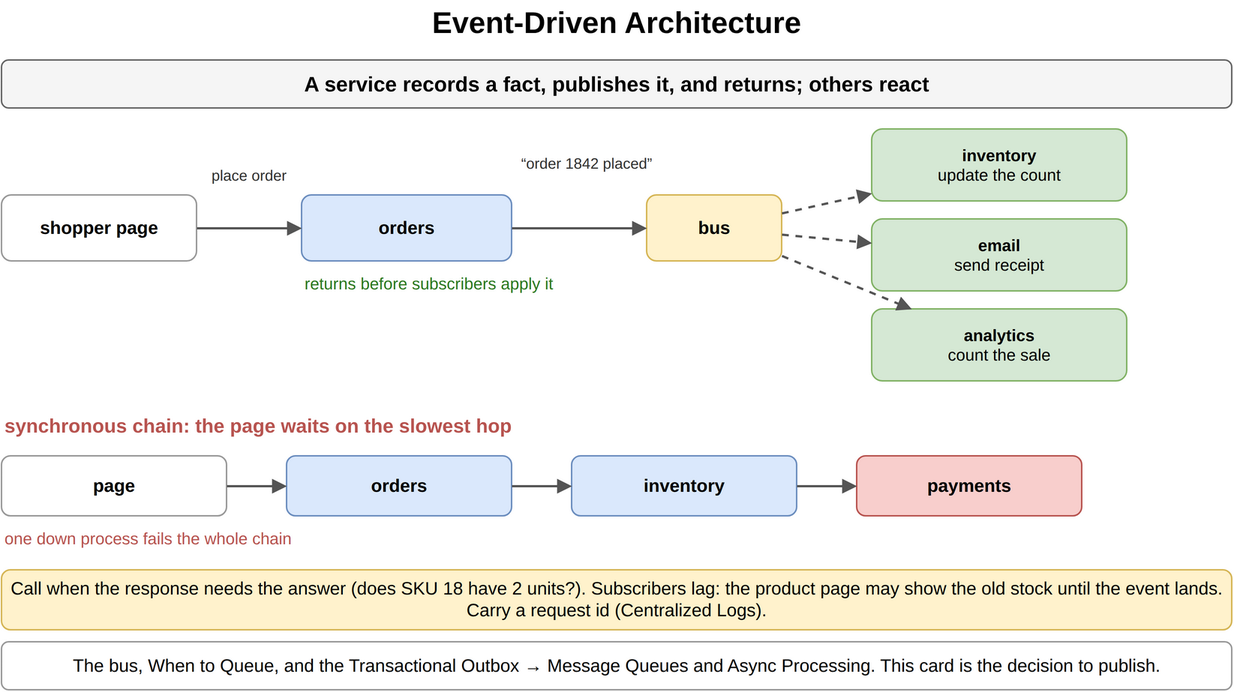
Earlier version of the draw.io export content/09_System_Design_Interview/12_Microservices_and_System_Decomposition/diagrams/microservices-6-event-driven-architecture.png (amendez13/swe-study-guide). Source tidied: cells renumbered, new cells last; positions are measured from the earlier drawing's top-left corner, leaving out a move shared by most shapes. Source of this version:
```xml
<mxGraphModel>
  <root>
    <mxCell id="0" />
    <mxCell id="1" parent="0" />
    <mxCell id="2" value="Event-Driven Architecture" style="text;html=1;align=center;verticalAlign=middle;whiteSpace=wrap;fontSize=20;fontStyle=1;" parent="1" vertex="1">
      <mxGeometry width="820" height="30" as="geometry" />
    </mxCell>
    <mxCell id="3" value="A service records a fact, publishes it, and returns; others react" style="rounded=1;whiteSpace=wrap;html=1;fillColor=#f5f5f5;strokeColor=#666666;fontStyle=1;fontSize=14;" parent="1" vertex="1">
      <mxGeometry y="40" width="820" height="32" as="geometry" />
    </mxCell>
    <mxCell id="4" value="shopper page" style="rounded=1;whiteSpace=wrap;html=1;fillColor=#ffffff;strokeColor=#999999;fontSize=12;align=center;fontStyle=1;" parent="1" vertex="1">
      <mxGeometry y="130" width="130" height="44" as="geometry" />
    </mxCell>
    <mxCell id="5" value="orders" style="rounded=1;whiteSpace=wrap;html=1;fillColor=#dae8fc;strokeColor=#6c8ebf;fontSize=12;align=center;fontStyle=1;" parent="1" vertex="1">
      <mxGeometry x="200" y="130" width="140" height="44" as="geometry" />
    </mxCell>
    <mxCell id="6" value="bus" style="rounded=1;whiteSpace=wrap;html=1;fillColor=#fff2cc;strokeColor=#d6b656;fontSize=12;align=center;fontStyle=1;" parent="1" vertex="1">
      <mxGeometry x="430" y="130" width="90" height="44" as="geometry" />
    </mxCell>
    <mxCell id="7" style="endArrow=block;endSize=6;html=1;strokeWidth=1.5;strokeColor=#555555;fontSize=11;labelBackgroundColor=#ffffff;" parent="1" edge="1" source="4" target="5">
      <mxGeometry relative="1" as="geometry" />
    </mxCell>
    <mxCell id="8" style="endArrow=block;endSize=6;html=1;strokeWidth=1.5;strokeColor=#555555;fontSize=11;labelBackgroundColor=#ffffff;" parent="1" edge="1" source="5" target="6">
      <mxGeometry relative="1" as="geometry" />
    </mxCell>
    <mxCell id="9" value="place order" style="text;html=1;whiteSpace=wrap;fontSize=11;align=center;verticalAlign=middle;fontSize=10;fontColor=#333333;" parent="1" vertex="1">
      <mxGeometry x="130" y="108" width="70" height="18" as="geometry" />
    </mxCell>
    <mxCell id="10" value="“order 1842 placed”" style="text;html=1;whiteSpace=wrap;fontSize=11;align=center;verticalAlign=middle;fontSize=10;fontColor=#333333;" parent="1" vertex="1">
      <mxGeometry x="330" y="94" width="120" height="30" as="geometry" />
    </mxCell>
    <mxCell id="11" value="inventory&lt;br&gt;&lt;span style='font-weight:normal'&gt;update the count&lt;/span&gt;" style="rounded=1;whiteSpace=wrap;html=1;fillColor=#d5e8d4;strokeColor=#82b366;fontSize=11;align=center;fontStyle=1;" parent="1" vertex="1">
      <mxGeometry x="580" y="86" width="170" height="48" as="geometry" />
    </mxCell>
    <mxCell id="12" style="endArrow=block;endSize=6;html=1;strokeWidth=1.5;strokeColor=#555555;fontSize=11;labelBackgroundColor=#ffffff;dashed=1;" parent="1" edge="1" source="6" target="11">
      <mxGeometry relative="1" as="geometry" />
    </mxCell>
    <mxCell id="13" value="email&lt;br&gt;&lt;span style='font-weight:normal'&gt;send receipt&lt;/span&gt;" style="rounded=1;whiteSpace=wrap;html=1;fillColor=#d5e8d4;strokeColor=#82b366;fontSize=11;align=center;fontStyle=1;" parent="1" vertex="1">
      <mxGeometry x="580" y="146" width="170" height="48" as="geometry" />
    </mxCell>
    <mxCell id="14" style="endArrow=block;endSize=6;html=1;strokeWidth=1.5;strokeColor=#555555;fontSize=11;labelBackgroundColor=#ffffff;dashed=1;" parent="1" edge="1" source="6" target="13">
      <mxGeometry relative="1" as="geometry" />
    </mxCell>
    <mxCell id="15" value="analytics&lt;br&gt;&lt;span style='font-weight:normal'&gt;count the sale&lt;/span&gt;" style="rounded=1;whiteSpace=wrap;html=1;fillColor=#d5e8d4;strokeColor=#82b366;fontSize=11;align=center;fontStyle=1;" parent="1" vertex="1">
      <mxGeometry x="580" y="206" width="170" height="48" as="geometry" />
    </mxCell>
    <mxCell id="16" style="endArrow=block;endSize=6;html=1;strokeWidth=1.5;strokeColor=#555555;fontSize=11;labelBackgroundColor=#ffffff;dashed=1;" parent="1" edge="1" source="6" target="15">
      <mxGeometry relative="1" as="geometry" />
    </mxCell>
    <mxCell id="17" value="returns before subscribers apply it" style="text;html=1;whiteSpace=wrap;fontSize=11;align=left;verticalAlign=middle;fontSize=11;fontColor=#2d7a1f;" parent="1" vertex="1">
      <mxGeometry x="200" y="180" width="300" height="18" as="geometry" />
    </mxCell>
    <mxCell id="18" value="synchronous chain: the page waits on the slowest hop" style="text;html=1;whiteSpace=wrap;fontSize=11;align=left;verticalAlign=middle;fontSize=13;fontColor=#b85450;fontStyle=1;" parent="1" vertex="1">
      <mxGeometry y="274" width="600" height="20" as="geometry" />
    </mxCell>
    <mxCell id="19" value="page" style="rounded=1;whiteSpace=wrap;html=1;fillColor=#ffffff;strokeColor=#999999;fontSize=12;align=center;fontStyle=1;" parent="1" vertex="1">
      <mxGeometry y="304" width="150" height="40" as="geometry" />
    </mxCell>
    <mxCell id="20" value="orders" style="rounded=1;whiteSpace=wrap;html=1;fillColor=#dae8fc;strokeColor=#6c8ebf;fontSize=12;align=center;fontStyle=1;" parent="1" vertex="1">
      <mxGeometry x="190" y="304" width="150" height="40" as="geometry" />
    </mxCell>
    <mxCell id="21" value="inventory" style="rounded=1;whiteSpace=wrap;html=1;fillColor=#dae8fc;strokeColor=#6c8ebf;fontSize=12;align=center;fontStyle=1;" parent="1" vertex="1">
      <mxGeometry x="380" y="304" width="150" height="40" as="geometry" />
    </mxCell>
    <mxCell id="22" value="payments" style="rounded=1;whiteSpace=wrap;html=1;fillColor=#f8cecc;strokeColor=#b85450;fontSize=12;align=center;fontStyle=1;" parent="1" vertex="1">
      <mxGeometry x="570" y="304" width="150" height="40" as="geometry" />
    </mxCell>
    <mxCell id="23" style="endArrow=block;endSize=6;html=1;strokeWidth=1.5;strokeColor=#555555;fontSize=11;labelBackgroundColor=#ffffff;" parent="1" edge="1" source="19" target="20">
      <mxGeometry relative="1" as="geometry" />
    </mxCell>
    <mxCell id="24" style="endArrow=block;endSize=6;html=1;strokeWidth=1.5;strokeColor=#555555;fontSize=11;labelBackgroundColor=#ffffff;" parent="1" edge="1" source="20" target="21">
      <mxGeometry relative="1" as="geometry" />
    </mxCell>
    <mxCell id="25" style="endArrow=block;endSize=6;html=1;strokeWidth=1.5;strokeColor=#555555;fontSize=11;labelBackgroundColor=#ffffff;" parent="1" edge="1" source="21" target="22">
      <mxGeometry relative="1" as="geometry" />
    </mxCell>
    <mxCell id="26" value="one down process fails the whole chain" style="text;html=1;whiteSpace=wrap;fontSize=11;align=left;verticalAlign=middle;fontSize=11;fontColor=#b85450;" parent="1" vertex="1">
      <mxGeometry y="350" width="600" height="18" as="geometry" />
    </mxCell>
    <mxCell id="27" value="Call when the response needs the answer (does SKU 18 have 2 units?). Subscribers lag: the product page may show the old stock until the event lands. Carry a request id (Centralized Logs)." style="rounded=1;whiteSpace=wrap;html=1;fillColor=#fff2cc;strokeColor=#d6b656;fontSize=12;align=center;" parent="1" vertex="1">
      <mxGeometry y="380" width="820" height="40" as="geometry" />
    </mxCell>
    <mxCell id="28" value="The bus, When to Queue, and the Transactional Outbox → Message Queues and Async Processing. This card is the decision to publish." style="rounded=1;whiteSpace=wrap;html=1;fillColor=#ffffff;strokeColor=#999999;fontSize=12;align=center;" parent="1" vertex="1">
      <mxGeometry y="428" width="820" height="32" as="geometry" />
    </mxCell>
  </root>
</mxGraphModel>
```
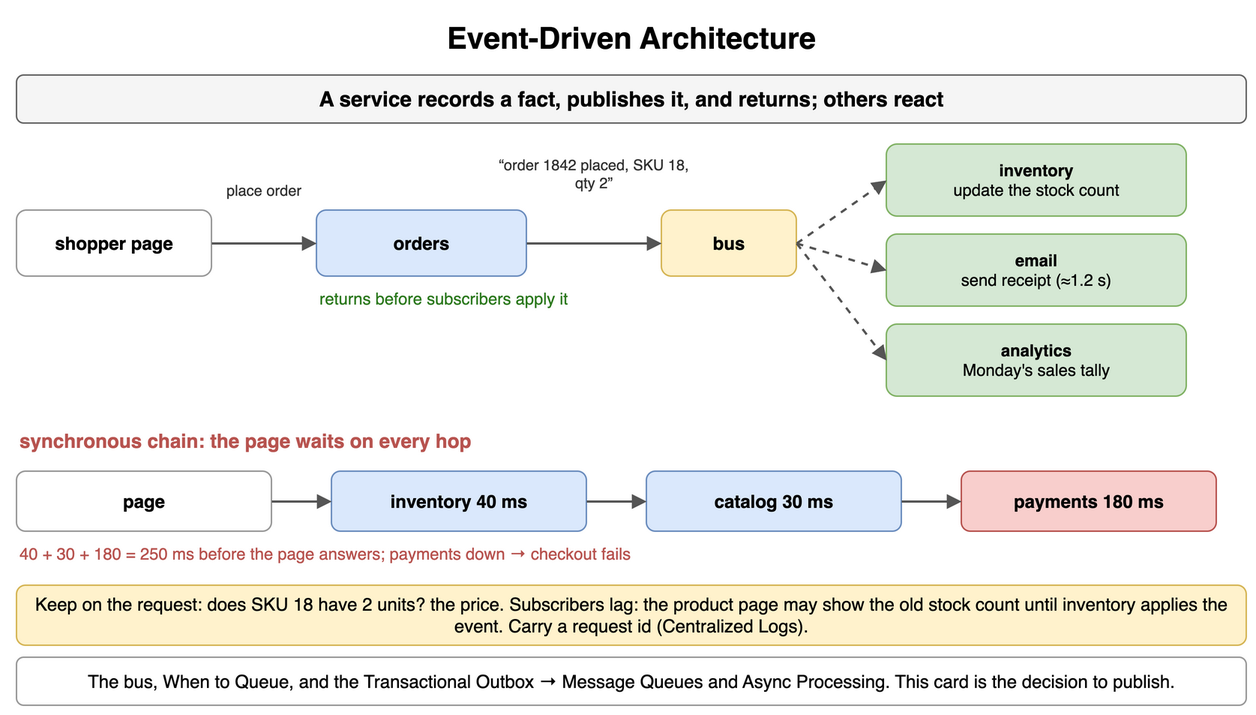
Above is the later version.

Commit message:
docs(sdi): redraw microservices diagrams to match the online-store cards

What changed in the source:
```diff
@@ -26,44 +26,44 @@
     <mxCell id="9" value="place order" style="text;html=1;whiteSpace=wrap;fontSize=11;align=center;verticalAlign=middle;fontSize=10;fontColor=#333333;" parent="1" vertex="1">
       <mxGeometry x="130" y="108" width="70" height="18" as="geometry" />
     </mxCell>
-    <mxCell id="10" value="“order 1842 placed”" style="text;html=1;whiteSpace=wrap;fontSize=11;align=center;verticalAlign=middle;fontSize=10;fontColor=#333333;" parent="1" vertex="1">
-      <mxGeometry x="330" y="94" width="120" height="30" as="geometry" />
+    <mxCell id="10" value="“order 1842 placed, SKU 18, qty 2”" style="text;html=1;whiteSpace=wrap;fontSize=11;align=center;verticalAlign=middle;fontSize=10;fontColor=#333333;" parent="1" vertex="1">
+      <mxGeometry x="320" y="86" width="130" height="40" as="geometry" />
     </mxCell>
-    <mxCell id="11" value="inventory&lt;br&gt;&lt;span style='font-weight:normal'&gt;update the count&lt;/span&gt;" style="rounded=1;whiteSpace=wrap;html=1;fillColor=#d5e8d4;strokeColor=#82b366;fontSize=11;align=center;fontStyle=1;" parent="1" vertex="1">
-      <mxGeometry x="580" y="86" width="170" height="48" as="geometry" />
+    <mxCell id="11" value="inventory&lt;br&gt;&lt;span style='font-weight:normal'&gt;update the stock count&lt;/span&gt;" style="rounded=1;whiteSpace=wrap;html=1;fillColor=#d5e8d4;strokeColor=#82b366;fontSize=11;align=center;fontStyle=1;" parent="1" vertex="1">
+      <mxGeometry x="580" y="86" width="200" height="48" as="geometry" />
     </mxCell>
-    <mxCell id="12" style="endArrow=block;endSize=6;html=1;strokeWidth=1.5;strokeColor=#555555;fontSize=11;labelBackgroundColor=#ffffff;dashed=1;" parent="1" edge="1" source="6" target="11">
+    <mxCell id="12" style="endArrow=block;endSize=6;html=1;strokeWidth=1.5;strokeColor=#555555;fontSize=11;labelBackgroundColor=#ffffff;dashed=1;exitX=1;exitY=0.5;entryX=0;entryY=0.5;" parent="1" edge="1" source="6" target="11">
       <mxGeometry relative="1" as="geometry" />
     </mxCell>
-    <mxCell id="13" value="email&lt;br&gt;&lt;span style='font-weight:normal'&gt;send receipt&lt;/span&gt;" style="rounded=1;whiteSpace=wrap;html=1;fillColor=#d5e8d4;strokeColor=#82b366;fontSize=11;align=center;fontStyle=1;" parent="1" vertex="1">
-      <mxGeometry x="580" y="146" width="170" height="48" as="geometry" />
+    <mxCell id="13" value="email&lt;br&gt;&lt;span style='font-weight:normal'&gt;send receipt (≈1.2 s)&lt;/span&gt;" style="rounded=1;whiteSpace=wrap;html=1;fillColor=#d5e8d4;strokeColor=#82b366;fontSize=11;align=center;fontStyle=1;" parent="1" vertex="1">
+      <mxGeometry x="580" y="146" width="200" height="48" as="geometry" />
     </mxCell>
-    <mxCell id="14" style="endArrow=block;endSize=6;html=1;strokeWidth=1.5;strokeColor=#555555;fontSize=11;labelBackgroundColor=#ffffff;dashed=1;" parent="1" edge="1" source="6" target="13">
+    <mxCell id="14" style="endArrow=block;endSize=6;html=1;strokeWidth=1.5;strokeColor=#555555;fontSize=11;labelBackgroundColor=#ffffff;dashed=1;exitX=1;exitY=0.5;entryX=0;entryY=0.5;" parent="1" edge="1" source="6" target="13">
       <mxGeometry relative="1" as="geometry" />
     </mxCell>
-    <mxCell id="15" value="analytics&lt;br&gt;&lt;span style='font-weight:normal'&gt;count the sale&lt;/span&gt;" style="rounded=1;whiteSpace=wrap;html=1;fillColor=#d5e8d4;strokeColor=#82b366;fontSize=11;align=center;fontStyle=1;" parent="1" vertex="1">
-      <mxGeometry x="580" y="206" width="170" height="48" as="geometry" />
+    <mxCell id="15" value="analytics&lt;br&gt;&lt;span style='font-weight:normal'&gt;Monday's sales tally&lt;/span&gt;" style="rounded=1;whiteSpace=wrap;html=1;fillColor=#d5e8d4;strokeColor=#82b366;fontSize=11;align=center;fontStyle=1;" parent="1" vertex="1">
+      <mxGeometry x="580" y="206" width="200" height="48" as="geometry" />
     </mxCell>
-    <mxCell id="16" style="endArrow=block;endSize=6;html=1;strokeWidth=1.5;strokeColor=#555555;fontSize=11;labelBackgroundColor=#ffffff;dashed=1;" parent="1" edge="1" source="6" target="15">
+    <mxCell id="16" style="endArrow=block;endSize=6;html=1;strokeWidth=1.5;strokeColor=#555555;fontSize=11;labelBackgroundColor=#ffffff;dashed=1;exitX=1;exitY=0.5;entryX=0;entryY=0.5;" parent="1" edge="1" source="6" target="15">
       <mxGeometry relative="1" as="geometry" />
     </mxCell>
     <mxCell id="17" value="returns before subscribers apply it" style="text;html=1;whiteSpace=wrap;fontSize=11;align=left;verticalAlign=middle;fontSize=11;fontColor=#2d7a1f;" parent="1" vertex="1">
       <mxGeometry x="200" y="180" width="300" height="18" as="geometry" />
     </mxCell>
-    <mxCell id="18" value="synchronous chain: the page waits on the slowest hop" style="text;html=1;whiteSpace=wrap;fontSize=11;align=left;verticalAlign=middle;fontSize=13;fontColor=#b85450;fontStyle=1;" parent="1" vertex="1">
+    <mxCell id="18" value="synchronous chain: the page waits on every hop" style="text;html=1;whiteSpace=wrap;fontSize=11;align=left;verticalAlign=middle;fontSize=13;fontColor=#b85450;fontStyle=1;" parent="1" vertex="1">
       <mxGeometry y="274" width="600" height="20" as="geometry" />
     </mxCell>
     <mxCell id="19" value="page" style="rounded=1;whiteSpace=wrap;html=1;fillColor=#ffffff;strokeColor=#999999;fontSize=12;align=center;fontStyle=1;" parent="1" vertex="1">
-      <mxGeometry y="304" width="150" height="40" as="geometry" />
+      <mxGeometry y="304" width="170" height="40" as="geometry" />
     </mxCell>
-    <mxCell id="20" value="orders" style="rounded=1;whiteSpace=wrap;html=1;fillColor=#dae8fc;strokeColor=#6c8ebf;fontSize=12;align=center;fontStyle=1;" parent="1" vertex="1">
-      <mxGeometry x="190" y="304" width="150" height="40" as="geometry" />
+    <mxCell id="20" value="inventory 40 ms" style="rounded=1;whiteSpace=wrap;html=1;fillColor=#dae8fc;strokeColor=#6c8ebf;fontSize=12;align=center;fontStyle=1;" parent="1" vertex="1">
+      <mxGeometry x="210" y="304" width="170" height="40" as="geometry" />
     </mxCell>
-    <mxCell id="21" value="inventory" style="rounded=1;whiteSpace=wrap;html=1;fillColor=#dae8fc;strokeColor=#6c8ebf;fontSize=12;align=center;fontStyle=1;" parent="1" vertex="1">
-      <mxGeometry x="380" y="304" width="150" height="40" as="geometry" />
+    <mxCell id="21" value="catalog 30 ms" style="rounded=1;whiteSpace=wrap;html=1;fillColor=#dae8fc;strokeColor=#6c8ebf;fontSize=12;align=center;fontStyle=1;" parent="1" vertex="1">
+      <mxGeometry x="420" y="304" width="170" height="40" as="geometry" />
     </mxCell>
-    <mxCell id="22" value="payments" style="rounded=1;whiteSpace=wrap;html=1;fillColor=#f8cecc;strokeColor=#b85450;fontSize=12;align=center;fontStyle=1;" parent="1" vertex="1">
-      <mxGeometry x="570" y="304" width="150" height="40" as="geometry" />
+    <mxCell id="22" value="payments 180 ms" style="rounded=1;whiteSpace=wrap;html=1;fillColor=#f8cecc;strokeColor=#b85450;fontSize=12;align=center;fontStyle=1;" parent="1" vertex="1">
+      <mxGeometry x="630" y="304" width="170" height="40" as="geometry" />
     </mxCell>
     <mxCell id="23" style="endArrow=block;endSize=6;html=1;strokeWidth=1.5;strokeColor=#555555;fontSize=11;labelBackgroundColor=#ffffff;" parent="1" edge="1" source="19" target="20">
       <mxGeometry relative="1" as="geometry" />
@@ -74,10 +74,10 @@
     <mxCell id="25" style="endArrow=block;endSize=6;html=1;strokeWidth=1.5;strokeColor=#555555;fontSize=11;labelBackgroundColor=#ffffff;" parent="1" edge="1" source="21" target="22">
       <mxGeometry relative="1" as="geometry" />
     </mxCell>
-    <mxCell id="26" value="one down process fails the whole chain" style="text;html=1;whiteSpace=wrap;fontSize=11;align=left;verticalAlign=middle;fontSize=11;fontColor=#b85450;" parent="1" vertex="1">
-      <mxGeometry y="350" width="600" height="18" as="geometry" />
+    <mxCell id="26" value="40 + 30 + 180 = 250 ms before the page answers; payments down → checkout fails" style="text;html=1;whiteSpace=wrap;fontSize=11;align=left;verticalAlign=middle;fontSize=11;fontColor=#b85450;" parent="1" vertex="1">
+      <mxGeometry y="350" width="820" height="18" as="geometry" />
     </mxCell>
-    <mxCell id="27" value="Call when the response needs the answer (does SKU 18 have 2 units?). Subscribers lag: the product page may show the old stock until the event lands. Carry a request id (Centralized Logs)." style="rounded=1;whiteSpace=wrap;html=1;fillColor=#fff2cc;strokeColor=#d6b656;fontSize=12;align=center;" parent="1" vertex="1">
+    <mxCell id="27" value="Keep on the request: does SKU 18 have 2 units? the price. Subscribers lag: the product page may show the old stock count until inventory applies the event. Carry a request id (Centralized Logs)." style="rounded=1;whiteSpace=wrap;html=1;fillColor=#fff2cc;strokeColor=#d6b656;fontSize=12;align=center;" parent="1" vertex="1">
       <mxGeometry y="380" width="820" height="40" as="geometry" />
     </mxCell>
     <mxCell id="28" value="The bus, When to Queue, and the Transactional Outbox → Message Queues and Async Processing. This card is the decision to publish." style="rounded=1;whiteSpace=wrap;html=1;fillColor=#ffffff;strokeColor=#999999;fontSize=12;align=center;" parent="1" vertex="1">
```
